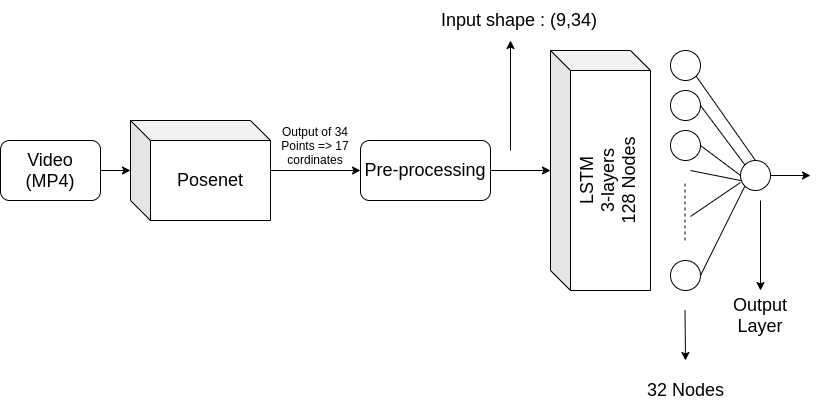
The draw.io diagram assets/Pose_Estimation.png in ItsSiddharth/Human_Activity_Recognition, before a commit. Source tidied: cells renumbered, new cells last; positions are measured from the earlier drawing's top-left corner, leaving out a move shared by most shapes. Its diagram source:
```xml
<mxGraphModel>
  <root>
    <mxCell id="0" />
    <mxCell id="1" parent="0" />
    <mxCell id="2" style="edgeStyle=orthogonalEdgeStyle;rounded=0;jettySize=auto;html=1;" parent="1" edge="1" source="3" target="5">
      <mxGeometry relative="1" as="geometry" />
    </mxCell>
    <mxCell id="3" value="&lt;font style=&quot;font-size: 18px&quot;&gt;Video&lt;br&gt;(MP4)&lt;/font&gt;" style="rounded=1;whiteSpace=wrap;html=1;" parent="1" vertex="1">
      <mxGeometry y="140" width="100" height="60" as="geometry" />
    </mxCell>
    <mxCell id="4" style="edgeStyle=orthogonalEdgeStyle;rounded=0;jettySize=auto;html=1;" parent="1" edge="1" source="5" target="7">
      <mxGeometry relative="1" as="geometry" />
    </mxCell>
    <mxCell id="5" value="&lt;font style=&quot;font-size: 18px&quot;&gt;Posenet&lt;/font&gt;" style="shape=cube;whiteSpace=wrap;html=1;boundedLbl=1;backgroundOutline=1;darkOpacity=0.05;darkOpacity2=0.1;" parent="1" vertex="1">
      <mxGeometry x="130" y="120" width="140" height="100" as="geometry" />
    </mxCell>
    <mxCell id="6" style="edgeStyle=orthogonalEdgeStyle;rounded=0;jettySize=auto;html=1;" parent="1" edge="1" source="7" target="9">
      <mxGeometry relative="1" as="geometry" />
    </mxCell>
    <mxCell id="7" value="&lt;font style=&quot;font-size: 18px&quot;&gt;Pre-processing&lt;/font&gt;" style="rounded=1;whiteSpace=wrap;html=1;" parent="1" vertex="1">
      <mxGeometry x="360" y="140" width="130" height="60" as="geometry" />
    </mxCell>
    <mxCell id="8" value="Output of 34 Points =&amp;gt; 17 cordinates" style="text;html=1;strokeColor=none;fillColor=none;align=center;verticalAlign=middle;whiteSpace=wrap;rounded=0;" parent="1" vertex="1">
      <mxGeometry x="280" y="10" width="70" height="270" as="geometry" />
    </mxCell>
    <mxCell id="9" style="shape=cube;whiteSpace=wrap;html=1;boundedLbl=1;backgroundOutline=1;darkOpacity=0.05;darkOpacity2=0.1;" parent="1" vertex="1">
      <mxGeometry x="550" y="50" width="100" height="240" as="geometry" />
    </mxCell>
    <mxCell id="10" value="&lt;font style=&quot;font-size: 18px&quot;&gt;LSTM&lt;br&gt;3-layers&lt;br&gt;128 Nodes&lt;/font&gt;" style="text;html=1;strokeColor=none;fillColor=none;align=center;verticalAlign=middle;whiteSpace=wrap;rounded=0;rotation=-90;" parent="1" vertex="1">
      <mxGeometry x="500" y="150" width="216" height="60" as="geometry" />
    </mxCell>
    <mxCell id="11" style="endArrow=classic;html=1;" parent="1" edge="1">
      <mxGeometry relative="1" as="geometry">
        <mxPoint x="510" y="150" as="sourcePoint" />
        <mxPoint x="510" y="40" as="targetPoint" />
      </mxGeometry>
    </mxCell>
    <mxCell id="12" value="&lt;font style=&quot;font-size: 18px&quot;&gt;Input shape : (9,34)&lt;/font&gt;" style="text;html=1;strokeColor=none;fillColor=none;align=center;verticalAlign=middle;whiteSpace=wrap;rounded=0;rotation=0;" parent="1" vertex="1">
      <mxGeometry x="430" width="178" height="40" as="geometry" />
    </mxCell>
    <mxCell id="13" style="ellipse;whiteSpace=wrap;html=1;" parent="1" vertex="1">
      <mxGeometry x="670" y="50" width="30" height="30" as="geometry" />
    </mxCell>
    <mxCell id="14" style="ellipse;whiteSpace=wrap;html=1;" parent="1" vertex="1">
      <mxGeometry x="670" y="90" width="30" height="30" as="geometry" />
    </mxCell>
    <mxCell id="15" style="ellipse;whiteSpace=wrap;html=1;" parent="1" vertex="1">
      <mxGeometry x="670" y="130" width="30" height="30" as="geometry" />
    </mxCell>
    <mxCell id="16" style="ellipse;whiteSpace=wrap;html=1;" parent="1" vertex="1">
      <mxGeometry x="670" y="260" width="30" height="30" as="geometry" />
    </mxCell>
    <mxCell id="17" style="endArrow=none;dashed=1;html=1;" parent="1" edge="1">
      <mxGeometry relative="1" as="geometry">
        <mxPoint x="684.5" y="240" as="sourcePoint" />
        <mxPoint x="684.5" y="180" as="targetPoint" />
      </mxGeometry>
    </mxCell>
    <mxCell id="18" style="endArrow=classic;html=1;" parent="1" edge="1">
      <mxGeometry relative="1" as="geometry">
        <mxPoint x="684.5" y="310" as="sourcePoint" />
        <mxPoint x="685" y="360" as="targetPoint" />
      </mxGeometry>
    </mxCell>
    <mxCell id="19" value="&lt;font style=&quot;font-size: 18px&quot;&gt;32 Nodes&lt;/font&gt;" style="text;html=1;strokeColor=none;fillColor=none;align=center;verticalAlign=middle;whiteSpace=wrap;rounded=0;" parent="1" vertex="1">
      <mxGeometry x="628.8" y="380" width="112.5" height="20" as="geometry" />
    </mxCell>
    <mxCell id="20" style="ellipse;whiteSpace=wrap;html=1;" parent="1" vertex="1">
      <mxGeometry x="740" y="160" width="30" height="30" as="geometry" />
    </mxCell>
    <mxCell id="21" style="endArrow=none;html=1;entryX=0.5;entryY=0;entryDx=0;entryDy=0;exitX=1;exitY=1;exitDx=0;exitDy=0;" parent="1" edge="1" source="13" target="20">
      <mxGeometry relative="1" as="geometry" />
    </mxCell>
    <mxCell id="22" style="endArrow=none;html=1;exitX=1;exitY=0.5;exitDx=0;exitDy=0;entryX=0;entryY=0;entryDx=0;entryDy=0;" parent="1" edge="1" source="14" target="20">
      <mxGeometry relative="1" as="geometry" />
    </mxCell>
    <mxCell id="23" style="endArrow=none;html=1;exitX=1;exitY=0.5;exitDx=0;exitDy=0;entryX=0;entryY=0.5;entryDx=0;entryDy=0;" parent="1" edge="1" source="15" target="20">
      <mxGeometry relative="1" as="geometry" />
    </mxCell>
    <mxCell id="24" style="endArrow=none;html=1;exitX=1;exitY=0.5;exitDx=0;exitDy=0;entryX=0;entryY=1;entryDx=0;entryDy=0;" parent="1" edge="1" source="16" target="20">
      <mxGeometry relative="1" as="geometry" />
    </mxCell>
    <mxCell id="25" style="endArrow=none;html=1;" parent="1" edge="1">
      <mxGeometry relative="1" as="geometry">
        <mxPoint x="690" y="216" as="sourcePoint" />
        <mxPoint x="740" y="182" as="targetPoint" />
      </mxGeometry>
    </mxCell>
    <mxCell id="26" style="endArrow=none;html=1;" parent="1" edge="1">
      <mxGeometry relative="1" as="geometry">
        <mxPoint x="690" y="170" as="sourcePoint" />
        <mxPoint x="741.2" y="180.2" as="targetPoint" />
      </mxGeometry>
    </mxCell>
    <mxCell id="27" style="endArrow=classic;html=1;exitX=1;exitY=0.5;exitDx=0;exitDy=0;" parent="1" edge="1" source="20">
      <mxGeometry relative="1" as="geometry">
        <mxPoint x="810" y="175" as="targetPoint" />
      </mxGeometry>
    </mxCell>
    <mxCell id="28" style="endArrow=classic;html=1;" parent="1" edge="1">
      <mxGeometry relative="1" as="geometry">
        <mxPoint x="760" y="200" as="sourcePoint" />
        <mxPoint x="760" y="290" as="targetPoint" />
      </mxGeometry>
    </mxCell>
    <mxCell id="29" value="&lt;font style=&quot;font-size: 18px&quot;&gt;Output Layer&lt;/font&gt;" style="text;html=1;strokeColor=none;fillColor=none;align=center;verticalAlign=middle;whiteSpace=wrap;rounded=0;" parent="1" vertex="1">
      <mxGeometry x="710" y="300" width="100" height="30" as="geometry" />
    </mxCell>
  </root>
</mxGraphModel>
```
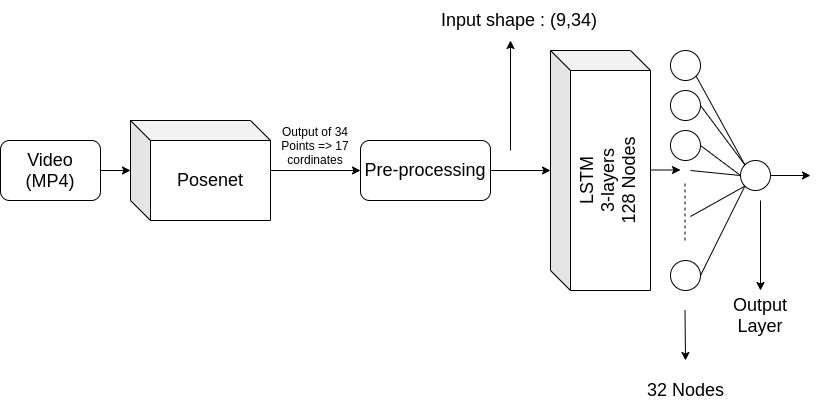
The same file after the commit.

Change to the diagram source:
```diff
@@ -68,7 +68,7 @@
     <mxCell id="20" style="ellipse;whiteSpace=wrap;html=1;" parent="1" vertex="1">
       <mxGeometry x="740" y="160" width="30" height="30" as="geometry" />
     </mxCell>
-    <mxCell id="21" style="endArrow=none;html=1;entryX=0.5;entryY=0;entryDx=0;entryDy=0;exitX=1;exitY=1;exitDx=0;exitDy=0;" parent="1" edge="1" source="13" target="20">
+    <mxCell id="21" style="endArrow=none;html=1;exitX=1;exitY=1;exitDx=0;exitDy=0;entryX=0;entryY=0;entryDx=0;entryDy=0;" parent="1" edge="1" source="13" target="20">
       <mxGeometry relative="1" as="geometry" />
     </mxCell>
     <mxCell id="22" style="endArrow=none;html=1;exitX=1;exitY=0.5;exitDx=0;exitDy=0;entryX=0;entryY=0;entryDx=0;entryDy=0;" parent="1" edge="1" source="14" target="20">
@@ -80,16 +80,14 @@
     <mxCell id="24" style="endArrow=none;html=1;exitX=1;exitY=0.5;exitDx=0;exitDy=0;entryX=0;entryY=1;entryDx=0;entryDy=0;" parent="1" edge="1" source="16" target="20">
       <mxGeometry relative="1" as="geometry" />
     </mxCell>
-    <mxCell id="25" style="endArrow=none;html=1;" parent="1" edge="1">
+    <mxCell id="25" style="endArrow=none;html=1;entryX=0;entryY=1;entryDx=0;entryDy=0;" parent="1" edge="1" target="20">
       <mxGeometry relative="1" as="geometry">
         <mxPoint x="690" y="216" as="sourcePoint" />
-        <mxPoint x="740" y="182" as="targetPoint" />
       </mxGeometry>
     </mxCell>
-    <mxCell id="26" style="endArrow=none;html=1;" parent="1" edge="1">
+    <mxCell id="26" style="endArrow=none;html=1;entryX=0;entryY=0.5;entryDx=0;entryDy=0;" parent="1" edge="1" target="20">
       <mxGeometry relative="1" as="geometry">
         <mxPoint x="690" y="170" as="sourcePoint" />
-        <mxPoint x="741.2" y="180.2" as="targetPoint" />
       </mxGeometry>
     </mxCell>
     <mxCell id="27" style="endArrow=classic;html=1;exitX=1;exitY=0.5;exitDx=0;exitDy=0;" parent="1" edge="1" source="20">
@@ -106,5 +104,11 @@
     <mxCell id="29" value="&lt;font style=&quot;font-size: 18px&quot;&gt;Output Layer&lt;/font&gt;" style="text;html=1;strokeColor=none;fillColor=none;align=center;verticalAlign=middle;whiteSpace=wrap;rounded=0;" parent="1" vertex="1">
       <mxGeometry x="710" y="300" width="100" height="30" as="geometry" />
     </mxCell>
+    <mxCell id="30" style="endArrow=classic;html=1;" parent="1" edge="1">
+      <mxGeometry relative="1" as="geometry">
+        <mxPoint x="650" y="169.5" as="sourcePoint" />
+        <mxPoint x="680" y="169.5" as="targetPoint" />
+      </mxGeometry>
+    </mxCell>
   </root>
 </mxGraphModel>
```
